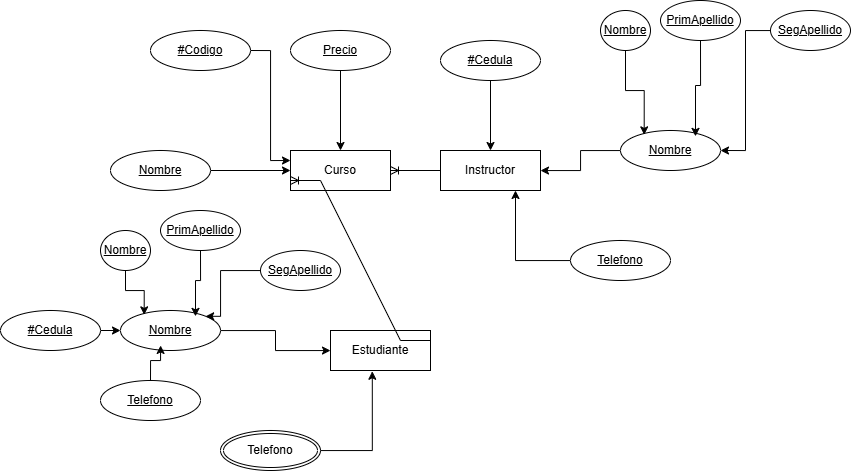
Earlier version of the draw.io export Academia.drawio.png (StimpyCR/DrawiIO). Source tidied: cells renumbered, new cells last; positions are measured from the earlier drawing's top-left corner, leaving out a move shared by most shapes.
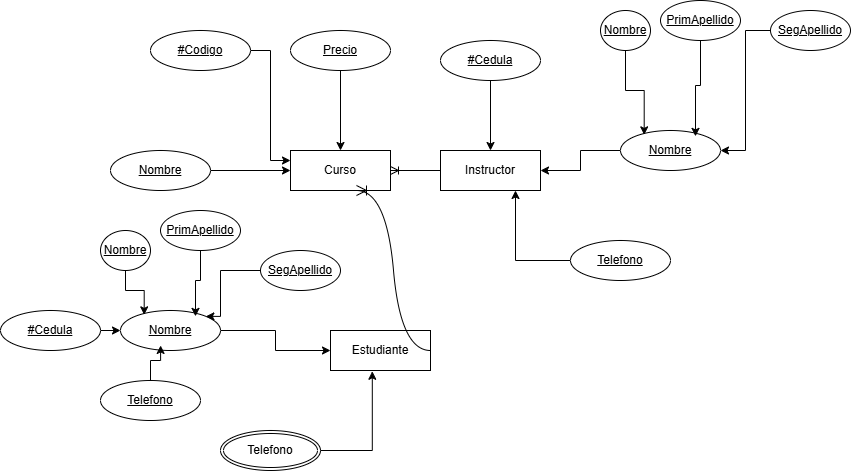
After the change.

Change to the diagram source:
```diff
@@ -115,8 +115,13 @@
     <mxCell id="37" style="edgeStyle=orthogonalEdgeStyle;rounded=0;jettySize=auto;html=1;entryX=0.418;entryY=1.019;entryDx=0;entryDy=0;entryPerimeter=0;" parent="1" edge="1" source="36" target="4">
       <mxGeometry relative="1" as="geometry" />
     </mxCell>
-    <mxCell id="38" style="edgeStyle=entityRelationEdgeStyle;fontSize=12;html=1;endArrow=ERoneToMany;rounded=0;exitX=1;exitY=0.25;exitDx=0;exitDy=0;entryX=0;entryY=0.75;entryDx=0;entryDy=0;" parent="1" edge="1" source="4" target="2">
-      <mxGeometry relative="1" as="geometry" />
+    <mxCell id="38" style="edgeStyle=entityRelationEdgeStyle;fontSize=12;html=1;endArrow=ERoneToMany;rounded=0;startSize=8;endSize=8;curved=1;exitX=1;exitY=0.5;exitDx=0;exitDy=0;entryX=0.66;entryY=1;entryDx=0;entryDy=0;entryPerimeter=0;" parent="1" edge="1" source="4" target="2">
+      <mxGeometry relative="1" as="geometry">
+        <Array as="points">
+          <mxPoint x="440" y="320" />
+          <mxPoint x="500" y="280" />
+        </Array>
+      </mxGeometry>
     </mxCell>
   </root>
 </mxGraphModel>
```
